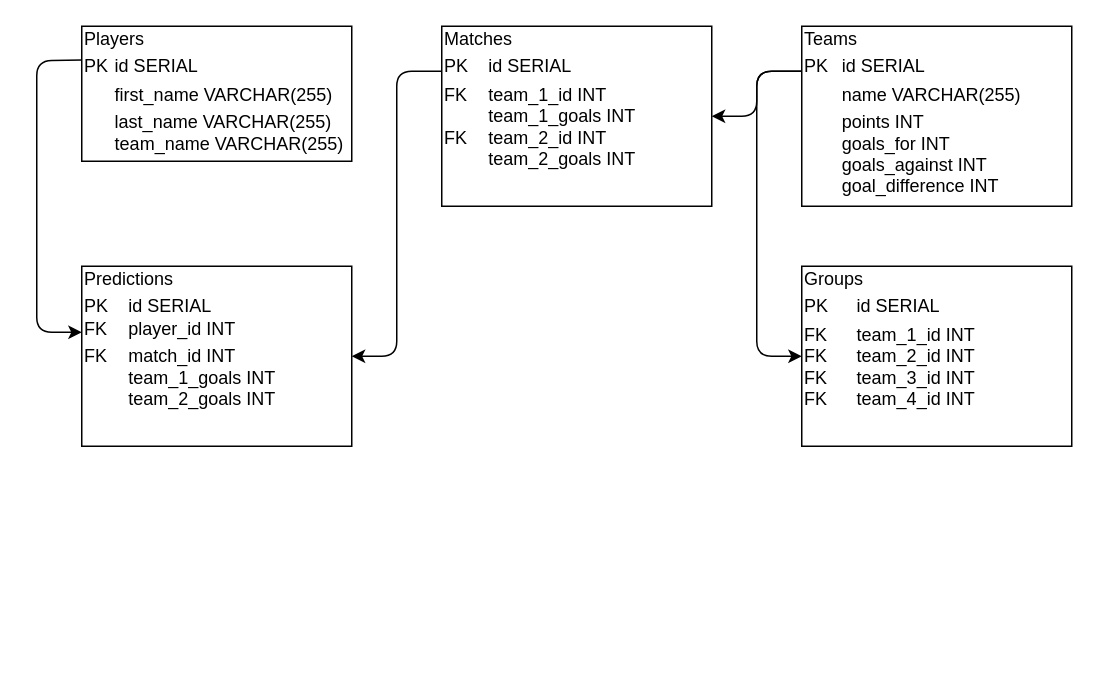
Above: planning/db_diagram.drawio in Stanhoucke/euros_predictor (draw.io), before the change. Source tidied: cells renumbered, new cells numbered last; positions are measured from the earlier drawing's top-left corner, leaving out a move shared by most shapes. Both pictures are drawn from the tidied source at 150%, with x=0, y=0 at pixel (36, 26).
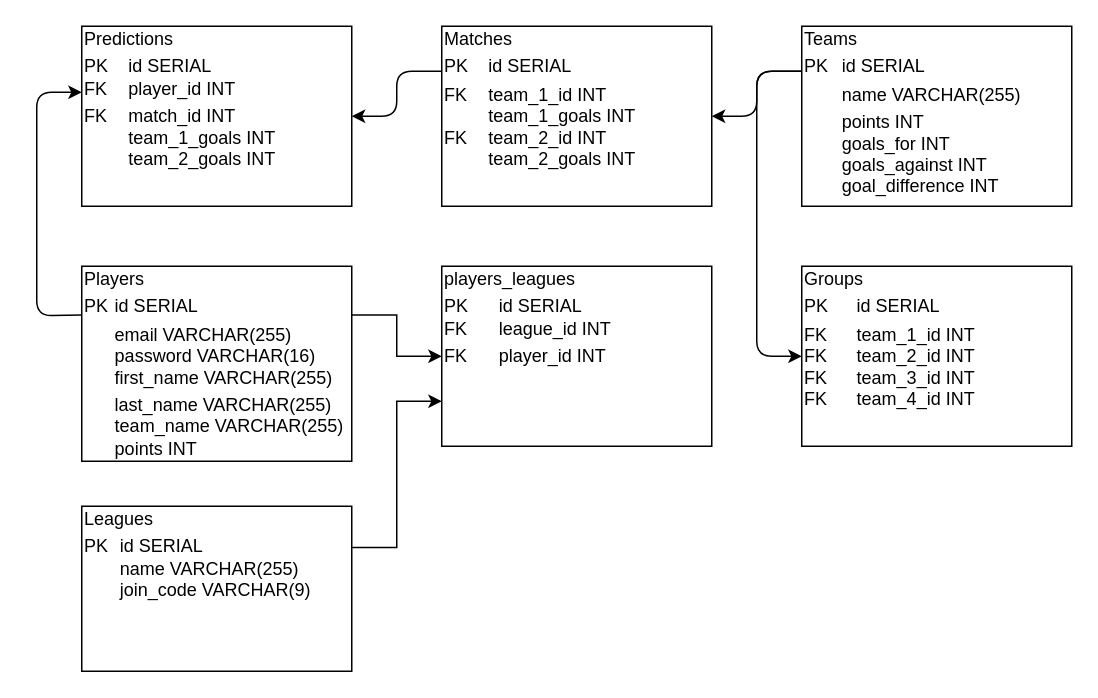
The same diagram, later.

Commit message:
added leagues to db drawing

The change refers to these unchanged cells:
```xml
<mxCell id="4" value="&lt;div style=&quot;box-sizing: border-box ; width: 100% ; padding: 2px&quot;&gt;Matches&lt;/div&gt;&lt;table style=&quot;width: 100% ; font-size: 1em&quot; cellpadding=&quot;2&quot; cellspacing=&quot;0&quot;&gt;&lt;tbody&gt;&lt;tr&gt;&lt;td&gt;PK&lt;/td&gt;&lt;td&gt;id SERIAL&lt;/td&gt;&lt;/tr&gt;&lt;tr&gt;&lt;td&gt;FK&lt;br&gt;&lt;br&gt;FK&lt;br&gt;&lt;br&gt;&lt;br&gt;&lt;/td&gt;&lt;td&gt;team_1_id INT&lt;br&gt;team_1_goals INT&lt;br&gt;team_2_id INT&lt;br&gt;team_2_goals INT&lt;br&gt;&lt;br&gt;&lt;/td&gt;&lt;/tr&gt;&lt;/tbody&gt;&lt;/table&gt;" style="verticalAlign=top;align=left;overflow=fill;html=1;labelBackgroundColor=none;" parent="1" vertex="1">
  <mxGeometry x="270" width="180" height="120" as="geometry" />
</mxCell>
```

What changed in the source:
```diff
@@
+    <mxCell id="11" style="edgeStyle=orthogonalEdgeStyle;rounded=0;jettySize=auto;html=1;entryX=0;entryY=0.5;entryDx=0;entryDy=0;exitX=1;exitY=0.25;exitDx=0;exitDy=0;" parent="1" edge="1" source="2" target="14">
+      <mxGeometry relative="1" as="geometry" />
+    </mxCell>
-    <mxCell id="2" value="&lt;div style=&quot;box-sizing: border-box ; width: 100% ; padding: 2px&quot;&gt;Players&lt;/div&gt;&lt;table style=&quot;width: 100% ; font-size: 1em&quot; cellpadding=&quot;2&quot; cellspacing=&quot;0&quot;&gt;&lt;tbody&gt;&lt;tr&gt;&lt;td&gt;PK&lt;/td&gt;&lt;td&gt;id SERIAL&lt;/td&gt;&lt;/tr&gt;&lt;tr&gt;&lt;td&gt;&lt;br&gt;&lt;/td&gt;&lt;td&gt;first_name VARCHAR(255)&lt;/td&gt;&lt;/tr&gt;&lt;tr&gt;&lt;td&gt;&lt;/td&gt;&lt;td&gt;last_name VARCHAR(255)&lt;br&gt;team_name VARCHAR(255)&lt;/td&gt;&lt;/tr&gt;&lt;/tbody&gt;&lt;/table&gt;" style="verticalAlign=top;align=left;overflow=fill;html=1;labelBackgroundColor=none;" parent="1" vertex="1">
-      <mxGeometry x="30" width="180" height="90" as="geometry" />
+    <mxCell id="2" value="&lt;div style=&quot;box-sizing: border-box ; width: 100% ; padding: 2px&quot;&gt;Players&lt;/div&gt;&lt;table style=&quot;width: 100% ; font-size: 1em&quot; cellpadding=&quot;2&quot; cellspacing=&quot;0&quot;&gt;&lt;tbody&gt;&lt;tr&gt;&lt;td&gt;PK&lt;/td&gt;&lt;td&gt;id SERIAL&lt;/td&gt;&lt;/tr&gt;&lt;tr&gt;&lt;td&gt;&lt;br&gt;&lt;/td&gt;&lt;td&gt;email VARCHAR(255)&lt;br&gt;password VARCHAR(16)&lt;br&gt;first_name VARCHAR(255)&lt;/td&gt;&lt;/tr&gt;&lt;tr&gt;&lt;td&gt;&lt;/td&gt;&lt;td&gt;last_name VARCHAR(255)&lt;br&gt;team_name VARCHAR(255)&lt;br&gt;points INT&lt;/td&gt;&lt;/tr&gt;&lt;/tbody&gt;&lt;/table&gt;" style="verticalAlign=top;align=left;overflow=fill;html=1;labelBackgroundColor=none;" parent="1" vertex="1">
+      <mxGeometry x="30" y="160" width="180" height="130" as="geometry" />
     </mxCell>
@@
     <mxCell id="8" value="&lt;div style=&quot;box-sizing: border-box ; width: 100% ; padding: 2px&quot;&gt;Predictions&lt;/div&gt;&lt;table style=&quot;width: 100% ; font-size: 1em&quot; cellpadding=&quot;2&quot; cellspacing=&quot;0&quot;&gt;&lt;tbody&gt;&lt;tr&gt;&lt;td&gt;PK&lt;br&gt;FK&lt;/td&gt;&lt;td&gt;id SERIAL&lt;br&gt;player_id INT&lt;/td&gt;&lt;/tr&gt;&lt;tr&gt;&lt;td&gt;FK&lt;br&gt;&lt;br&gt;&lt;br&gt;&lt;br&gt;&lt;/td&gt;&lt;td&gt;match_id INT&lt;br&gt;team_1_goals INT&lt;br&gt;team_2_goals INT&lt;br&gt;&lt;br&gt;&lt;/td&gt;&lt;/tr&gt;&lt;/tbody&gt;&lt;/table&gt;" style="verticalAlign=top;align=left;overflow=fill;html=1;labelBackgroundColor=none;" parent="1" vertex="1">
-      <mxGeometry x="30" y="160" width="180" height="120" as="geometry" />
+      <mxGeometry x="30" width="180" height="120" as="geometry" />
     </mxCell>
     <mxCell id="9" style="endArrow=classic;html=1;entryX=0;entryY=0.367;entryDx=0;entryDy=0;exitX=0;exitY=0.25;exitDx=0;exitDy=0;entryPerimeter=0;" parent="1" edge="1" source="2" target="8">
       <mxGeometry relative="1" as="geometry">
         <Array as="points">
-          <mxPoint y="23" />
-          <mxPoint y="204" />
+          <mxPoint y="193" />
+          <mxPoint y="44" />
         </Array>
       </mxGeometry>
     </mxCell>
     <mxCell id="10" style="endArrow=classic;html=1;entryX=1;entryY=0.5;entryDx=0;entryDy=0;exitX=0;exitY=0.25;exitDx=0;exitDy=0;" parent="1" edge="1" source="4" target="8">
       <mxGeometry relative="1" as="geometry">
         <Array as="points">
           <mxPoint x="240" y="30" />
-          <mxPoint x="240" y="220" />
+          <mxPoint x="240" y="60" />
         </Array>
       </mxGeometry>
     </mxCell>
+    <mxCell id="12" style="edgeStyle=orthogonalEdgeStyle;rounded=0;jettySize=auto;html=1;entryX=0;entryY=0.75;entryDx=0;entryDy=0;exitX=1;exitY=0.25;exitDx=0;exitDy=0;" parent="1" edge="1" source="13" target="14">
+      <mxGeometry relative="1" as="geometry" />
+    </mxCell>
+    <mxCell id="13" value="&lt;div style=&quot;box-sizing: border-box ; width: 100% ; padding: 2px&quot;&gt;Leagues&lt;/div&gt;&lt;table style=&quot;width: 100% ; font-size: 1em&quot; cellpadding=&quot;2&quot; cellspacing=&quot;0&quot;&gt;&lt;tbody&gt;&lt;tr&gt;&lt;td&gt;PK&lt;br&gt;&lt;br&gt;&lt;br&gt;&lt;/td&gt;&lt;td&gt;id SERIAL&lt;br&gt;name VARCHAR(255)&lt;br&gt;join_code VARCHAR(9)&lt;/td&gt;&lt;/tr&gt;&lt;tr&gt;&lt;td&gt;&lt;/td&gt;&lt;td&gt;&lt;br&gt;&lt;br&gt;&lt;/td&gt;&lt;/tr&gt;&lt;/tbody&gt;&lt;/table&gt;" style="verticalAlign=top;align=left;overflow=fill;html=1;labelBackgroundColor=none;" parent="1" vertex="1">
+      <mxGeometry x="30" y="320" width="180" height="110" as="geometry" />
+    </mxCell>
+    <mxCell id="14" value="&lt;div style=&quot;box-sizing: border-box ; width: 100% ; padding: 2px&quot;&gt;players_leagues&lt;/div&gt;&lt;table style=&quot;width: 100% ; font-size: 1em&quot; cellpadding=&quot;2&quot; cellspacing=&quot;0&quot;&gt;&lt;tbody&gt;&lt;tr&gt;&lt;td&gt;PK&lt;br&gt;FK&lt;/td&gt;&lt;td&gt;id SERIAL&lt;br&gt;league_id INT&lt;/td&gt;&lt;/tr&gt;&lt;tr&gt;&lt;td&gt;FK&lt;br&gt;&lt;/td&gt;&lt;td&gt;player_id INT&lt;br&gt;&lt;/td&gt;&lt;/tr&gt;&lt;/tbody&gt;&lt;/table&gt;" style="verticalAlign=top;align=left;overflow=fill;html=1;labelBackgroundColor=none;" parent="1" vertex="1">
+      <mxGeometry x="270" y="160" width="180" height="120" as="geometry" />
+    </mxCell>
```
